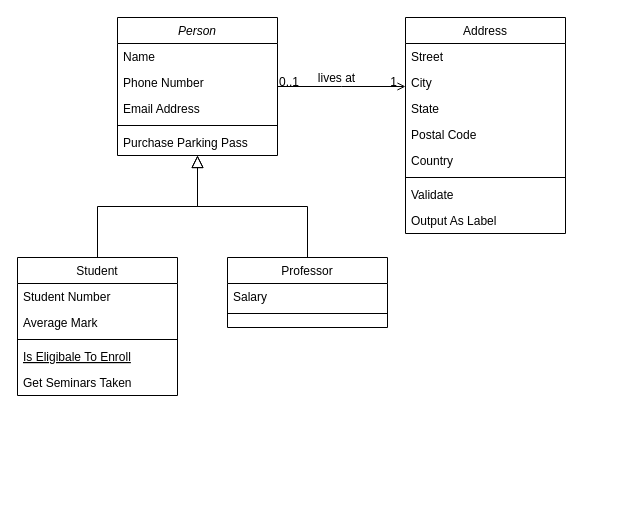
Above: Untitled Diagram.drawio in pranab141032/project-1_Edyoda (draw.io), before the change. Source tidied: cells renumbered, new cells numbered last; positions are measured from the earlier drawing's top-left corner, leaving out a move shared by most shapes. Both pictures are drawn from the tidied source at 100%, with x=0, y=0 at pixel (17, 17).
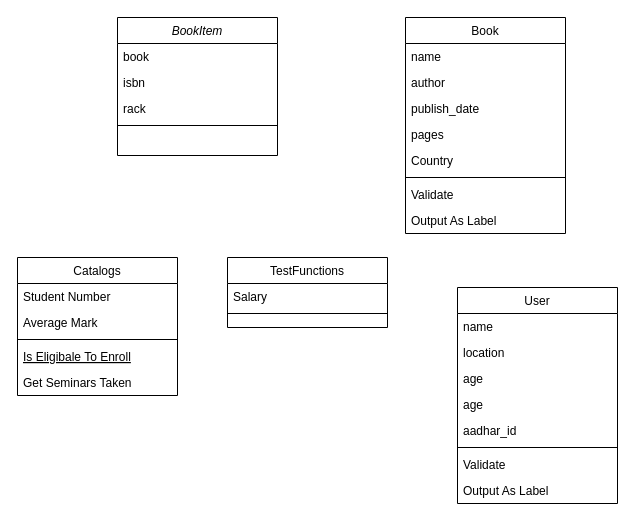
After the change.

The edit, as a diff of the source:
```diff
@@
-    <mxCell id="2" value="Person" style="swimlane;fontStyle=2;align=center;verticalAlign=top;horizontal=1;startSize=26;rounded=0;shadow=0;strokeWidth=1;" parent="1" vertex="1">
+    <mxCell id="2" value="BookItem" style="swimlane;fontStyle=2;align=center;verticalAlign=top;horizontal=1;startSize=26;rounded=0;shadow=0;strokeWidth=1;" parent="1" vertex="1">
       <mxGeometry x="100" width="160" height="138" as="geometry" />
     </mxCell>
-    <mxCell id="3" value="Name" style="text;align=left;verticalAlign=top;spacingLeft=4;spacingRight=4;overflow=hidden;" parent="2" vertex="1">
+    <mxCell id="3" value="book" style="text;align=left;verticalAlign=top;spacingLeft=4;spacingRight=4;overflow=hidden;" parent="2" vertex="1">
       <mxGeometry y="26" width="160" height="26" as="geometry" />
     </mxCell>
-    <mxCell id="4" value="Phone Number" style="text;align=left;verticalAlign=top;spacingLeft=4;spacingRight=4;overflow=hidden;rounded=0;shadow=0;html=0;" parent="2" vertex="1">
+    <mxCell id="4" value="isbn" style="text;align=left;verticalAlign=top;spacingLeft=4;spacingRight=4;overflow=hidden;rounded=0;shadow=0;html=0;" parent="2" vertex="1">
       <mxGeometry y="52" width="160" height="26" as="geometry" />
     </mxCell>
-    <mxCell id="5" value="Email Address" style="text;align=left;verticalAlign=top;spacingLeft=4;spacingRight=4;overflow=hidden;rounded=0;shadow=0;html=0;" parent="2" vertex="1">
+    <mxCell id="5" value="rack" style="text;align=left;verticalAlign=top;spacingLeft=4;spacingRight=4;overflow=hidden;rounded=0;shadow=0;html=0;" parent="2" vertex="1">
       <mxGeometry y="78" width="160" height="26" as="geometry" />
     </mxCell>
@@
-    <mxCell id="7" value="Purchase Parking Pass" style="text;align=left;verticalAlign=top;spacingLeft=4;spacingRight=4;overflow=hidden;" parent="2" vertex="1">
-      <mxGeometry y="112" width="160" height="26" as="geometry" />
-    </mxCell>
-    <mxCell id="8" value="Student" style="swimlane;fontStyle=0;align=center;verticalAlign=top;horizontal=1;startSize=26;rounded=0;shadow=0;strokeWidth=1;" parent="1" vertex="1">
+    <mxCell id="8" value="Catalogs" style="swimlane;fontStyle=0;align=center;verticalAlign=top;horizontal=1;startSize=26;rounded=0;shadow=0;strokeWidth=1;" parent="1" vertex="1">
       <mxGeometry y="240" width="160" height="138" as="geometry" />
     </mxCell>
@@
-    <mxCell id="14" style="endArrow=block;endSize=10;endFill=0;shadow=0;strokeWidth=1;rounded=0;edgeStyle=elbowEdgeStyle;elbow=vertical;" parent="1" edge="1" source="8" target="2">
-      <mxGeometry relative="1" as="geometry" />
-    </mxCell>
-    <mxCell id="15" value="Professor" style="swimlane;fontStyle=0;align=center;verticalAlign=top;horizontal=1;startSize=26;rounded=0;shadow=0;strokeWidth=1;" parent="1" vertex="1">
+    <mxCell id="15" value="TestFunctions" style="swimlane;fontStyle=0;align=center;verticalAlign=top;horizontal=1;startSize=26;rounded=0;shadow=0;strokeWidth=1;" parent="1" vertex="1">
       <mxGeometry x="210" y="240" width="160" height="70" as="geometry" />
     </mxCell>
@@
-    <mxCell id="18" style="endArrow=block;endSize=10;endFill=0;shadow=0;strokeWidth=1;rounded=0;edgeStyle=elbowEdgeStyle;elbow=vertical;" parent="1" edge="1" source="15" target="2">
-      <mxGeometry relative="1" as="geometry" />
-    </mxCell>
-    <mxCell id="19" value="Address" style="swimlane;fontStyle=0;align=center;verticalAlign=top;horizontal=1;startSize=26;rounded=0;shadow=0;strokeWidth=1;" parent="1" vertex="1">
+    <mxCell id="19" value="Book" style="swimlane;fontStyle=0;align=center;verticalAlign=top;horizontal=1;startSize=26;rounded=0;shadow=0;strokeWidth=1;" parent="1" vertex="1">
       <mxGeometry x="388" width="160" height="216" as="geometry" />
     </mxCell>
-    <mxCell id="20" value="Street" style="text;align=left;verticalAlign=top;spacingLeft=4;spacingRight=4;overflow=hidden;" parent="19" vertex="1">
+    <mxCell id="20" value="name" style="text;align=left;verticalAlign=top;spacingLeft=4;spacingRight=4;overflow=hidden;" parent="19" vertex="1">
       <mxGeometry y="26" width="160" height="26" as="geometry" />
     </mxCell>
-    <mxCell id="21" value="City" style="text;align=left;verticalAlign=top;spacingLeft=4;spacingRight=4;overflow=hidden;rounded=0;shadow=0;html=0;" parent="19" vertex="1">
+    <mxCell id="21" value="author" style="text;align=left;verticalAlign=top;spacingLeft=4;spacingRight=4;overflow=hidden;rounded=0;shadow=0;html=0;" parent="19" vertex="1">
       <mxGeometry y="52" width="160" height="26" as="geometry" />
     </mxCell>
-    <mxCell id="22" value="State" style="text;align=left;verticalAlign=top;spacingLeft=4;spacingRight=4;overflow=hidden;rounded=0;shadow=0;html=0;" parent="19" vertex="1">
+    <mxCell id="22" value="publish_date" style="text;align=left;verticalAlign=top;spacingLeft=4;spacingRight=4;overflow=hidden;rounded=0;shadow=0;html=0;" parent="19" vertex="1">
       <mxGeometry y="78" width="160" height="26" as="geometry" />
     </mxCell>
-    <mxCell id="23" value="Postal Code" style="text;align=left;verticalAlign=top;spacingLeft=4;spacingRight=4;overflow=hidden;rounded=0;shadow=0;html=0;" parent="19" vertex="1">
+    <mxCell id="23" value="pages" style="text;align=left;verticalAlign=top;spacingLeft=4;spacingRight=4;overflow=hidden;rounded=0;shadow=0;html=0;" parent="19" vertex="1">
       <mxGeometry y="104" width="160" height="26" as="geometry" />
     </mxCell>
@@
-    <mxCell id="28" style="endArrow=open;shadow=0;strokeWidth=1;rounded=0;endFill=1;edgeStyle=elbowEdgeStyle;elbow=vertical;" parent="1" edge="1" source="2" target="19">
-      <mxGeometry x="0.5" y="41" relative="1" as="geometry">
-        <mxPoint x="-40" y="32" as="offset" />
-      </mxGeometry>
-    </mxCell>
-    <mxCell id="29" value="0..1" style="align=left;verticalAlign=bottom;labelBackgroundColor=none;fontSize=12;" parent="28" vertex="1">
-      <mxGeometry x="-1" relative="1" as="geometry">
-        <mxPoint y="4" as="offset" />
-      </mxGeometry>
-    </mxCell>
-    <mxCell id="30" value="1" style="align=right;verticalAlign=bottom;labelBackgroundColor=none;fontSize=12;" parent="28" vertex="1">
-      <mxGeometry x="1" relative="1" as="geometry">
-        <mxPoint x="-7" y="4" as="offset" />
-      </mxGeometry>
-    </mxCell>
-    <mxCell id="31" value="lives at" style="text;html=1;align=center;verticalAlign=middle;labelBackgroundColor=none;rounded=0;shadow=0;strokeWidth=1;fontSize=12;" parent="28" vertex="1">
-      <mxGeometry x="0.5" y="49" relative="1" as="geometry">
-        <mxPoint x="-38" y="40" as="offset" />
-      </mxGeometry>
-    </mxCell>
+    <mxCell id="32" value="User" style="swimlane;fontStyle=0;align=center;verticalAlign=top;horizontal=1;startSize=26;rounded=0;shadow=0;strokeWidth=1;" parent="1" vertex="1">
+      <mxGeometry x="440" y="270" width="160" height="216" as="geometry" />
+    </mxCell>
+    <mxCell id="33" value="name" style="text;align=left;verticalAlign=top;spacingLeft=4;spacingRight=4;overflow=hidden;" parent="32" vertex="1">
+      <mxGeometry y="26" width="160" height="26" as="geometry" />
+    </mxCell>
+    <mxCell id="34" value="location" style="text;align=left;verticalAlign=top;spacingLeft=4;spacingRight=4;overflow=hidden;rounded=0;shadow=0;html=0;" parent="32" vertex="1">
+      <mxGeometry y="52" width="160" height="26" as="geometry" />
+    </mxCell>
+    <mxCell id="35" value="age" style="text;align=left;verticalAlign=top;spacingLeft=4;spacingRight=4;overflow=hidden;rounded=0;shadow=0;html=0;" parent="32" vertex="1">
+      <mxGeometry y="78" width="160" height="26" as="geometry" />
+    </mxCell>
+    <mxCell id="36" value="age" style="text;align=left;verticalAlign=top;spacingLeft=4;spacingRight=4;overflow=hidden;rounded=0;shadow=0;html=0;" parent="32" vertex="1">
+      <mxGeometry y="104" width="160" height="26" as="geometry" />
+    </mxCell>
+    <mxCell id="37" value="aadhar_id" style="text;align=left;verticalAlign=top;spacingLeft=4;spacingRight=4;overflow=hidden;rounded=0;shadow=0;html=0;" parent="32" vertex="1">
+      <mxGeometry y="130" width="160" height="26" as="geometry" />
+    </mxCell>
+    <mxCell id="38" style="line;html=1;strokeWidth=1;align=left;verticalAlign=middle;spacingTop=-1;spacingLeft=3;spacingRight=3;labelPosition=right;" parent="32" vertex="1">
+      <mxGeometry y="156" width="160" height="8" as="geometry" />
+    </mxCell>
+    <mxCell id="39" value="Validate" style="text;align=left;verticalAlign=top;spacingLeft=4;spacingRight=4;overflow=hidden;" parent="32" vertex="1">
+      <mxGeometry y="164" width="160" height="26" as="geometry" />
+    </mxCell>
+    <mxCell id="40" value="Output As Label" style="text;align=left;verticalAlign=top;spacingLeft=4;spacingRight=4;overflow=hidden;" parent="32" vertex="1">
+      <mxGeometry y="190" width="160" height="26" as="geometry" />
+    </mxCell>
```
